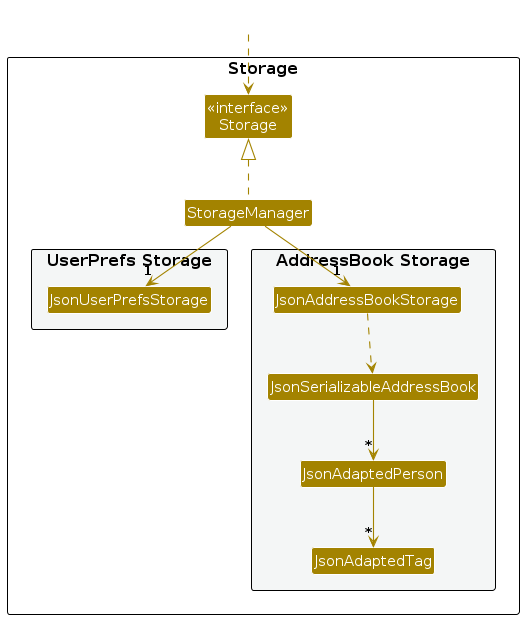
This is diagrams/StorageClassDiagram.png from AY2627S1-CS2103T-F09-3/tp, a PlantUML export, as it was before one commit. Its source is kept beside it as diagrams/StorageClassDiagram.puml. Its diagram source:
```plantuml
@startuml
!include style.puml
skinparam arrowThickness 1.1
skinparam arrowColor STORAGE_COLOR
skinparam classBackgroundColor STORAGE_COLOR

package Storage as StoragePackage {

Class "<<interface>>\nStorage" as Storage
Class StorageManager

package "UserPrefs Storage" #F4F6F6{
Class JsonUserPrefsStorage
}

package "AddressBook Storage" #F4F6F6{
Class JsonAddressBookStorage
Class JsonSerializableAddressBook
Class JsonAdaptedPerson
Class JsonAdaptedTag
}

}

Class HiddenOutside #FFFFFF
HiddenOutside ..> Storage

StorageManager .up.|> Storage
StorageManager -down-> "1" JsonUserPrefsStorage
StorageManager -down-> "1" JsonAddressBookStorage

JsonAddressBookStorage ..> JsonSerializableAddressBook
JsonSerializableAddressBook --> "*" JsonAdaptedPerson
JsonAdaptedPerson --> "*" JsonAdaptedTag

@enduml
```
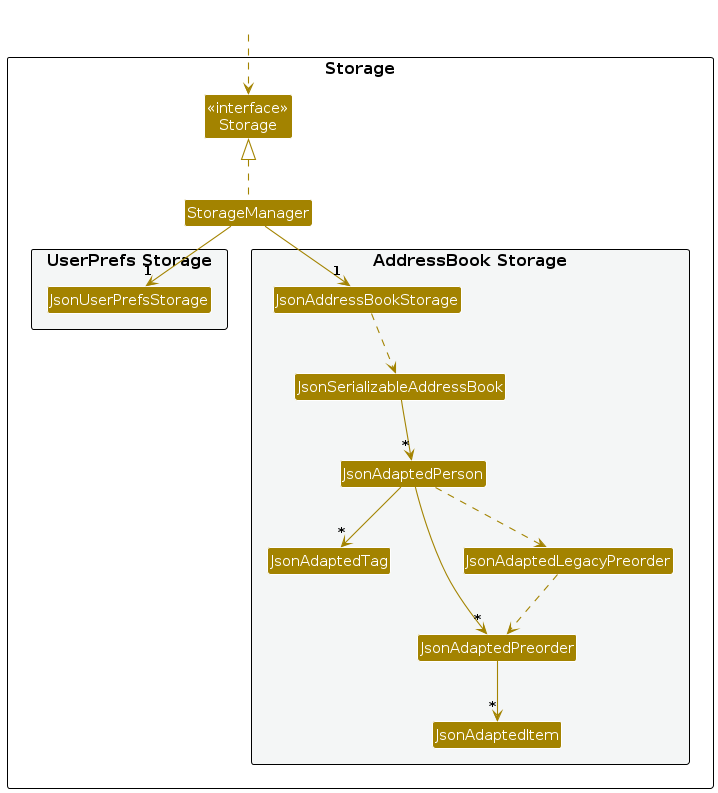
Later version of the same file.

What changed in the source:
```diff
@@ -18,6 +18,9 @@
 Class JsonSerializableAddressBook
 Class JsonAdaptedPerson
 Class JsonAdaptedTag
+Class JsonAdaptedPreorder
+Class JsonAdaptedItem
+Class JsonAdaptedLegacyPreorder
 }
 
 }
@@ -32,5 +35,9 @@
 JsonAddressBookStorage ..> JsonSerializableAddressBook
 JsonSerializableAddressBook --> "*" JsonAdaptedPerson
 JsonAdaptedPerson --> "*" JsonAdaptedTag
+JsonAdaptedPerson --> "*" JsonAdaptedPreorder
+JsonAdaptedPreorder --> "*" JsonAdaptedItem
+JsonAdaptedPerson ..> JsonAdaptedLegacyPreorder
+JsonAdaptedLegacyPreorder ..> JsonAdaptedPreorder
 
 @enduml
```
